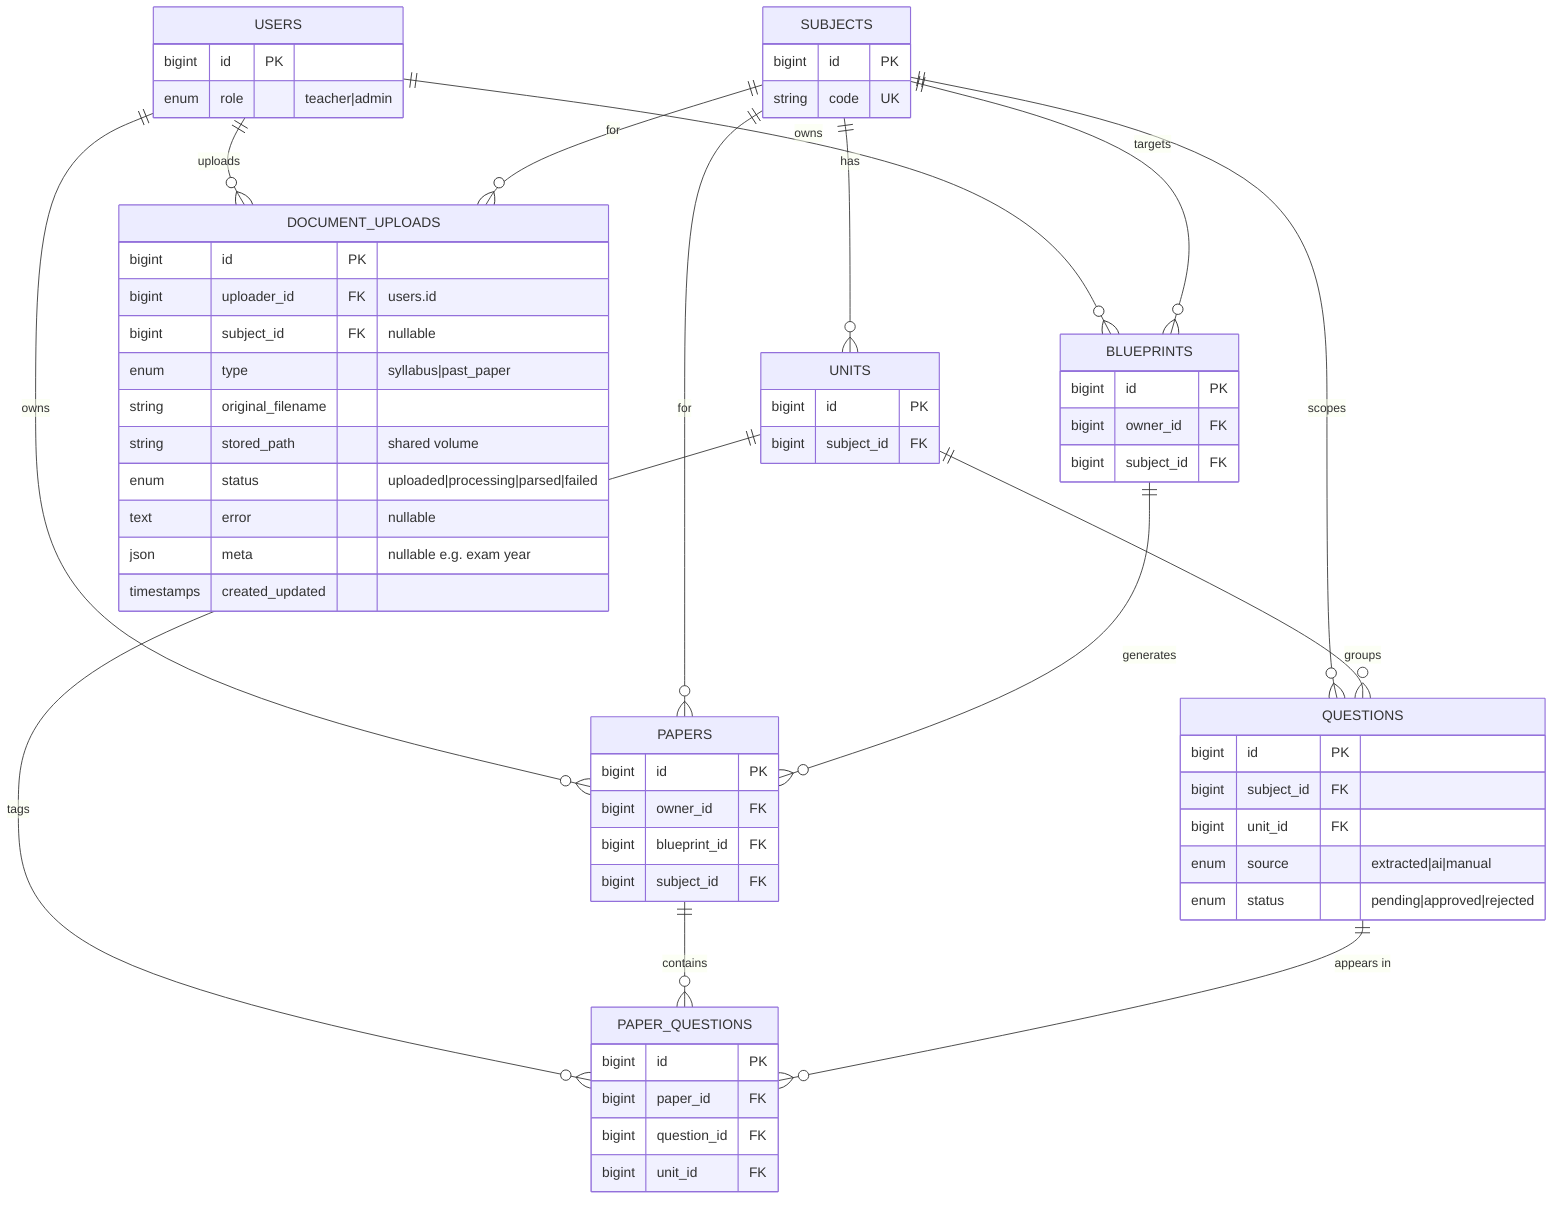
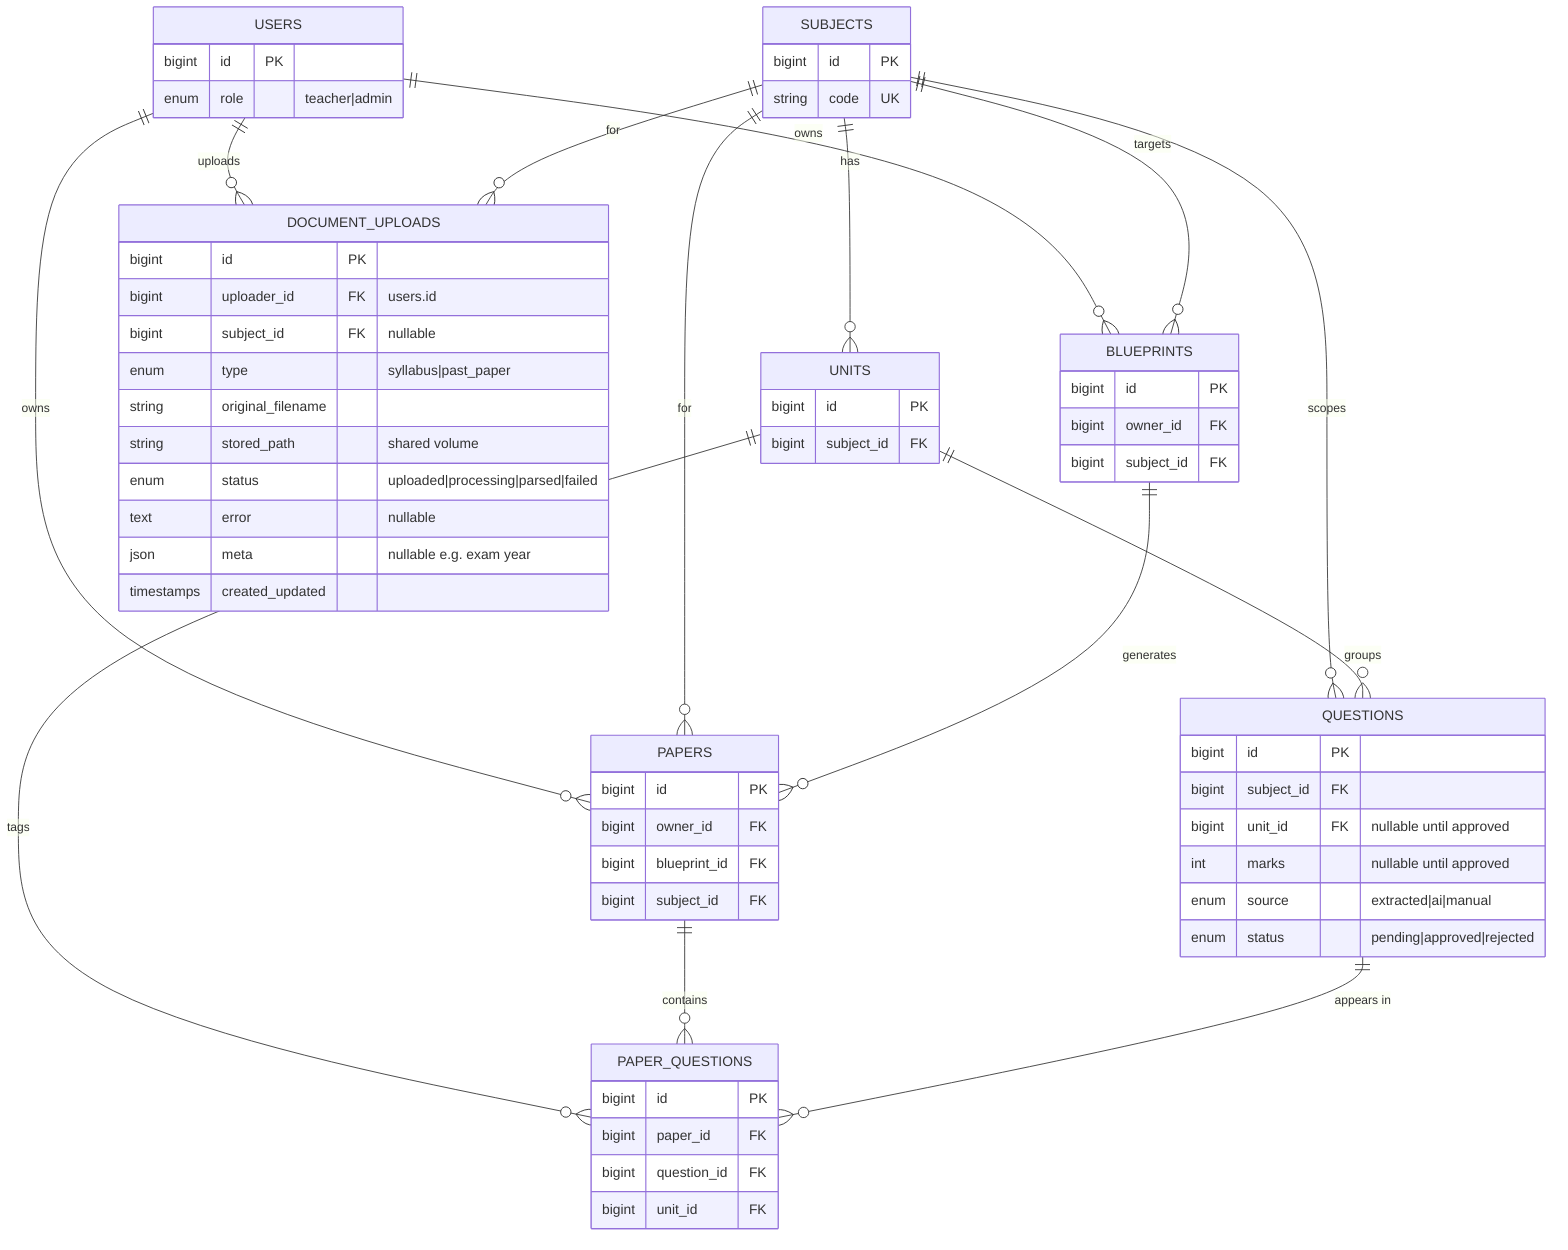
%% QForge database schema after M4 — PDF pipeline
%% NEW in M4: document_uploads (tracks async extraction).
%% Framework infra (not shown): jobs / failed_jobs / job_batches for Redis+Horizon queue.
%% Extracted questions land as QUESTIONS rows: source=extracted, status=pending.
+ %% CHANGED in M4: questions.unit_id and questions.marks became nullable — the parser
+ %% only ever produces a unit *hint*, and many past papers do not print their marks.
+ %% Approval requires both, so the generator (approved-only) never sees a null.
erDiagram
    USERS ||--o{ BLUEPRINTS : owns
    USERS ||--o{ PAPERS : owns
    USERS ||--o{ DOCUMENT_UPLOADS : uploads
    SUBJECTS ||--o{ UNITS : "has"
    SUBJECTS ||--o{ QUESTIONS : "scopes"
    SUBJECTS ||--o{ BLUEPRINTS : "targets"
    SUBJECTS ||--o{ PAPERS : "for"
    SUBJECTS ||--o{ DOCUMENT_UPLOADS : "for"
    UNITS ||--o{ QUESTIONS : "groups"
    UNITS ||--o{ PAPER_QUESTIONS : "tags"
    BLUEPRINTS ||--o{ PAPERS : "generates"
    PAPERS ||--o{ PAPER_QUESTIONS : "contains"
    QUESTIONS ||--o{ PAPER_QUESTIONS : "appears in"

    USERS {
        bigint id PK
        enum role "teacher|admin"
    }
    SUBJECTS {
        bigint id PK
        string code UK
    }
    UNITS {
        bigint id PK
        bigint subject_id FK
    }
    QUESTIONS {
        bigint id PK
        bigint subject_id FK
-         bigint unit_id FK
+         bigint unit_id FK "nullable until approved"
+         int marks "nullable until approved"
        enum source "extracted|ai|manual"
        enum status "pending|approved|rejected"
    }
    BLUEPRINTS {
        bigint id PK
        bigint owner_id FK
        bigint subject_id FK
    }
    PAPERS {
        bigint id PK
        bigint owner_id FK
        bigint blueprint_id FK
        bigint subject_id FK
    }
    PAPER_QUESTIONS {
        bigint id PK
        bigint paper_id FK
        bigint question_id FK
        bigint unit_id FK
    }
    DOCUMENT_UPLOADS {
        bigint id PK
        bigint uploader_id FK "users.id"
        bigint subject_id FK "nullable"
        enum type "syllabus|past_paper"
        string original_filename
        string stored_path "shared volume"
        enum status "uploaded|processing|parsed|failed"
        text error "nullable"
        json meta "nullable e.g. exam year"
        timestamps created_updated
    }
